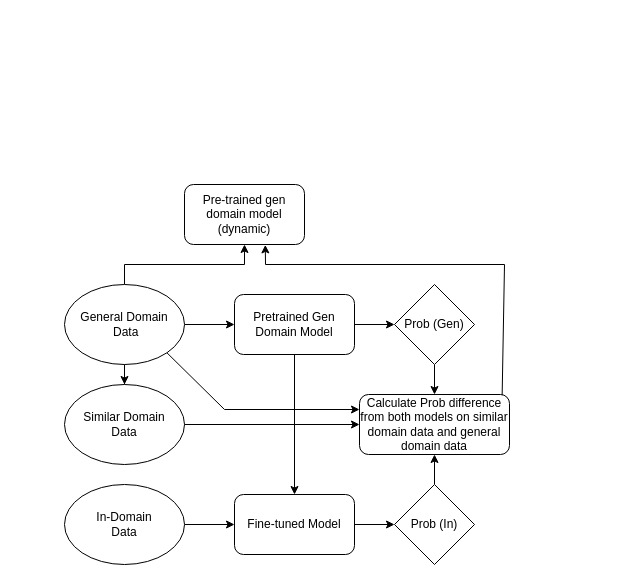
babangain/drawio keeps this draw.io diagram as dynamic_sample.drawio. Above is the earlier version. Source tidied: cells renumbered, new cells numbered last; positions are measured from the earlier drawing's top-left corner, leaving out a move shared by most shapes. Both pictures are drawn from the tidied source at 100%, with x=0, y=0 at pixel (64, 184).
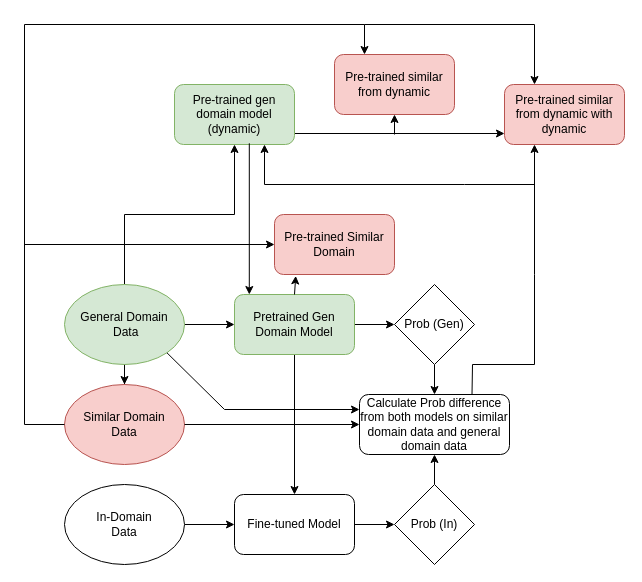
The same page after the edit.

Unchanged cells that the change refers to:
```xml
<mxCell id="18" value="Calculate Prob difference from both models on similar domain data and general domain data" style="rounded=1;whiteSpace=wrap;html=1;" parent="1" vertex="1">
  <mxGeometry x="295" y="210" width="150" height="60" as="geometry" />
</mxCell>
```

What changed in the source:
```diff
@@
-    <mxCell id="5" value="General Domain&lt;br&gt;&amp;nbsp;Data" style="ellipse;whiteSpace=wrap;html=1;" parent="1" vertex="1">
+    <mxCell id="5" value="General Domain&lt;br&gt;&amp;nbsp;Data" style="ellipse;whiteSpace=wrap;html=1;fillColor=#d5e8d4;strokeColor=#82b366;" parent="1" vertex="1">
       <mxGeometry y="100" width="120" height="80" as="geometry" />
     </mxCell>
-    <mxCell id="6" value="Similar Domain &lt;br&gt;Data" style="ellipse;whiteSpace=wrap;html=1;" parent="1" vertex="1">
+    <mxCell id="6" value="Similar Domain &lt;br&gt;Data" style="ellipse;whiteSpace=wrap;html=1;fillColor=#f8cecc;strokeColor=#b85450;" parent="1" vertex="1">
       <mxGeometry y="200" width="120" height="80" as="geometry" />
     </mxCell>
@@
-    <mxCell id="11" value="Pretrained Gen Domain Model" style="rounded=1;whiteSpace=wrap;html=1;" parent="1" vertex="1">
+    <mxCell id="11" value="Pretrained Gen Domain Model" style="rounded=1;whiteSpace=wrap;html=1;fillColor=#d5e8d4;strokeColor=#82b366;" parent="1" vertex="1">
       <mxGeometry x="170" y="110" width="120" height="60" as="geometry" />
     </mxCell>
@@
+    <mxCell id="23" style="edgeStyle=orthogonalEdgeStyle;rounded=0;orthogonalLoop=1;jettySize=auto;html=1;exitX=1;exitY=0.75;exitDx=0;exitDy=0;entryX=0;entryY=0.75;entryDx=0;entryDy=0;" parent="1" edge="1">
+      <mxGeometry relative="1" as="geometry">
+        <mxPoint x="230" y="-51" as="sourcePoint" />
+        <mxPoint x="440" y="-51" as="targetPoint" />
+      </mxGeometry>
+    </mxCell>
-    <mxCell id="21" value="Pre-trained gen domain model (dynamic)" style="rounded=1;whiteSpace=wrap;html=1;" parent="1" vertex="1">
-      <mxGeometry x="120" width="120" height="60" as="geometry" />
+    <mxCell id="21" value="Pre-trained gen domain model (dynamic)" style="rounded=1;whiteSpace=wrap;html=1;fillColor=#d5e8d4;strokeColor=#82b366;" parent="1" vertex="1">
+      <mxGeometry x="110" y="-100" width="120" height="60" as="geometry" />
     </mxCell>
-    <mxCell id="22" style="endArrow=classic;html=1;rounded=0;entryX=0.673;entryY=1.057;entryDx=0;entryDy=0;entryPerimeter=0;exitX=0.951;exitY=0.01;exitDx=0;exitDy=0;exitPerimeter=0;" parent="1" edge="1" source="18">
-      <mxGeometry relative="1" as="geometry">
-        <mxPoint x="200.8" y="60.4" as="targetPoint" />
-        <Array as="points">
-          <mxPoint x="440" y="80" />
-          <mxPoint x="201" y="80" />
-        </Array>
-      </mxGeometry>
-    </mxCell>
+    <mxCell id="24" value="Pre-trained Similar Domain" style="rounded=1;whiteSpace=wrap;html=1;fillColor=#f8cecc;strokeColor=#b85450;" parent="1" vertex="1">
+      <mxGeometry x="210" y="30" width="120" height="60" as="geometry" />
+    </mxCell>
+    <mxCell id="25" value="Pre-trained similar from dynamic" style="rounded=1;whiteSpace=wrap;html=1;fillColor=#f8cecc;strokeColor=#b85450;" parent="1" vertex="1">
+      <mxGeometry x="270" y="-130" width="120" height="60" as="geometry" />
+    </mxCell>
+    <mxCell id="26" value="Pre-trained similar from dynamic with dynamic" style="rounded=1;whiteSpace=wrap;html=1;fillColor=#f8cecc;strokeColor=#b85450;" parent="1" vertex="1">
+      <mxGeometry x="440" y="-100" width="120" height="60" as="geometry" />
+    </mxCell>
+    <mxCell id="27" style="endArrow=classic;html=1;rounded=0;exitX=0.623;exitY=1.03;exitDx=0;exitDy=0;exitPerimeter=0;entryX=0.123;entryY=0.05;entryDx=0;entryDy=0;entryPerimeter=0;" parent="1" edge="1">
+      <mxGeometry relative="1" as="geometry">
+        <mxPoint x="184.8" y="-41.2" as="sourcePoint" />
+        <mxPoint x="184.8" y="110" as="targetPoint" />
+      </mxGeometry>
+    </mxCell>
+    <mxCell id="28" style="endArrow=classic;html=1;rounded=0;exitX=0;exitY=0.5;exitDx=0;exitDy=0;entryX=0.25;entryY=0;entryDx=0;entryDy=0;" parent="1" edge="1" source="6" target="25">
+      <mxGeometry relative="1" as="geometry">
+        <Array as="points">
+          <mxPoint x="-40" y="240" />
+          <mxPoint x="-40" y="-160" />
+          <mxPoint x="300" y="-160" />
+        </Array>
+      </mxGeometry>
+    </mxCell>
+    <mxCell id="29" style="endArrow=classic;html=1;rounded=0;entryX=0.5;entryY=1;entryDx=0;entryDy=0;" parent="1" edge="1" target="25">
+      <mxGeometry relative="1" as="geometry">
+        <mxPoint x="330" y="-50" as="sourcePoint" />
+      </mxGeometry>
+    </mxCell>
+    <mxCell id="30" style="endArrow=classic;html=1;rounded=0;entryX=0.25;entryY=0;entryDx=0;entryDy=0;" parent="1" edge="1" target="26">
+      <mxGeometry relative="1" as="geometry">
+        <mxPoint x="300" y="-160" as="sourcePoint" />
+        <Array as="points">
+          <mxPoint x="470" y="-160" />
+        </Array>
+      </mxGeometry>
+    </mxCell>
+    <mxCell id="31" style="endArrow=classic;html=1;rounded=0;exitX=0.75;exitY=0;exitDx=0;exitDy=0;entryX=0.25;entryY=1;entryDx=0;entryDy=0;" parent="1" edge="1" source="18" target="26">
+      <mxGeometry relative="1" as="geometry">
+        <Array as="points">
+          <mxPoint x="408" y="180" />
+          <mxPoint x="470" y="180" />
+          <mxPoint x="470" y="90" />
+        </Array>
+      </mxGeometry>
+    </mxCell>
+    <mxCell id="32" style="endArrow=classic;html=1;rounded=0;exitX=0.5;exitY=0;exitDx=0;exitDy=0;entryX=0.177;entryY=1.023;entryDx=0;entryDy=0;entryPerimeter=0;" parent="1" edge="1" source="11" target="24">
+      <mxGeometry relative="1" as="geometry" />
+    </mxCell>
+    <mxCell id="33" style="endArrow=classic;html=1;rounded=0;entryX=0;entryY=0.5;entryDx=0;entryDy=0;" parent="1" edge="1" target="24">
+      <mxGeometry relative="1" as="geometry">
+        <mxPoint x="-40" y="60" as="sourcePoint" />
+      </mxGeometry>
+    </mxCell>
+    <mxCell id="34" style="endArrow=classic;html=1;rounded=0;entryX=0.75;entryY=1;entryDx=0;entryDy=0;" parent="1" edge="1" target="21">
+      <mxGeometry relative="1" as="geometry">
+        <mxPoint x="470" as="sourcePoint" />
+        <Array as="points">
+          <mxPoint x="400" />
+          <mxPoint x="200" />
+        </Array>
+      </mxGeometry>
+    </mxCell>
```
